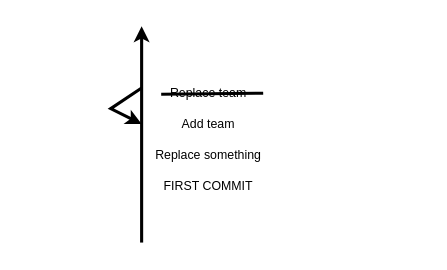
Earlier version of the draw.io diagram page "Page-1" (1 of 2) of GitPractice.drawio (Lee-seungju/drawfile). Source tidied: cells renumbered, new cells numbered last; positions are measured from the earlier drawing's top-left corner, leaving out a move shared by most shapes. Both pictures are drawn from the tidied source at 103%, with x=0, y=0 at pixel (110, 26).
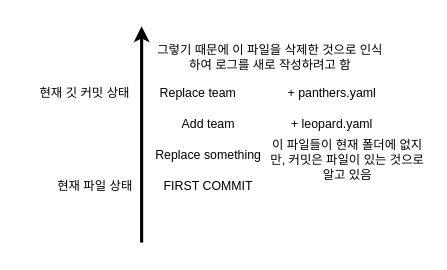
The same diagram, later.

The edit, as a diff of the source:
```diff
@@
 <mxGraphModel>
   <root>
     <mxCell id="0" />
     <mxCell id="1" parent="0" />
     <mxCell id="2" style="endArrow=classic;html=1;rounded=0;strokeWidth=3;" parent="1" edge="1">
       <mxGeometry relative="1" as="geometry">
         <mxPoint x="30" y="210" as="sourcePoint" />
         <mxPoint x="30" as="targetPoint" />
       </mxGeometry>
     </mxCell>
     <mxCell id="3" value="FIRST COMMIT" style="text;html=1;strokeColor=none;fillColor=none;align=center;verticalAlign=middle;whiteSpace=wrap;rounded=0;" parent="1" vertex="1">
       <mxGeometry x="30" y="140" width="130" height="30" as="geometry" />
     </mxCell>
     <mxCell id="4" value="Replace something" style="text;html=1;strokeColor=none;fillColor=none;align=center;verticalAlign=middle;whiteSpace=wrap;rounded=0;" parent="1" vertex="1">
       <mxGeometry x="30" y="110" width="130" height="30" as="geometry" />
     </mxCell>
     <mxCell id="5" value="Add team" style="text;html=1;strokeColor=none;fillColor=none;align=center;verticalAlign=middle;whiteSpace=wrap;rounded=0;" parent="1" vertex="1">
       <mxGeometry x="30" y="80" width="130" height="30" as="geometry" />
     </mxCell>
     <mxCell id="6" value="Replace team" style="text;html=1;strokeColor=none;fillColor=none;align=center;verticalAlign=middle;whiteSpace=wrap;rounded=0;" parent="1" vertex="1">
-      <mxGeometry x="30" y="50" width="130" height="30" as="geometry" />
+      <mxGeometry x="20" y="50" width="130" height="30" as="geometry" />
     </mxCell>
-    <mxCell id="7" style="endArrow=classic;html=1;rounded=0;strokeWidth=3;entryX=0;entryY=0.5;entryDx=0;entryDy=0;" parent="1" edge="1" target="5">
-      <mxGeometry relative="1" as="geometry">
-        <mxPoint x="30" y="60" as="sourcePoint" />
-        <Array as="points">
-          <mxPoint y="80" />
-        </Array>
-      </mxGeometry>
-    </mxCell>
-    <mxCell id="8" style="endArrow=none;html=1;rounded=0;strokeWidth=3;" parent="1" edge="1">
-      <mxGeometry relative="1" as="geometry">
-        <mxPoint x="49" y="66" as="sourcePoint" />
-        <mxPoint x="148" y="65" as="targetPoint" />
-      </mxGeometry>
-    </mxCell>
+    <mxCell id="9" value="+ leopard.yaml" style="text;html=1;strokeColor=none;fillColor=none;align=center;verticalAlign=middle;whiteSpace=wrap;rounded=0;" parent="1" vertex="1">
+      <mxGeometry x="150" y="80" width="130" height="30" as="geometry" />
+    </mxCell>
+    <mxCell id="10" value="+&amp;nbsp;panthers.yaml" style="text;html=1;strokeColor=none;fillColor=none;align=center;verticalAlign=middle;whiteSpace=wrap;rounded=0;" parent="1" vertex="1">
+      <mxGeometry x="150" y="50" width="130" height="30" as="geometry" />
+    </mxCell>
+    <mxCell id="11" value="현재 파일 상태" style="text;html=1;strokeColor=none;fillColor=none;align=center;verticalAlign=middle;whiteSpace=wrap;rounded=0;" parent="1" vertex="1">
+      <mxGeometry x="-80" y="140" width="130" height="30" as="geometry" />
+    </mxCell>
+    <mxCell id="12" value="현재 깃 커밋 상태" style="text;html=1;strokeColor=none;fillColor=none;align=center;verticalAlign=middle;whiteSpace=wrap;rounded=0;" parent="1" vertex="1">
+      <mxGeometry x="-90" y="50" width="130" height="30" as="geometry" />
+    </mxCell>
+    <mxCell id="13" value="이 파일들이 현재 폴더에 없지만, 커밋은 파일이 있는 것으로 알고 있음" style="text;html=1;strokeColor=none;fillColor=none;align=center;verticalAlign=middle;whiteSpace=wrap;rounded=0;" parent="1" vertex="1">
+      <mxGeometry x="150" y="100" width="160" height="60" as="geometry" />
+    </mxCell>
+    <mxCell id="14" value="그렇기 때문에 이 파일을 삭제한 것으로 인식하여 로그를 새로 작성하려고 함" style="text;html=1;strokeColor=none;fillColor=none;align=center;verticalAlign=middle;whiteSpace=wrap;rounded=0;" parent="1" vertex="1">
+      <mxGeometry x="40" width="230" height="60" as="geometry" />
+    </mxCell>
   </root>
 </mxGraphModel>
```
